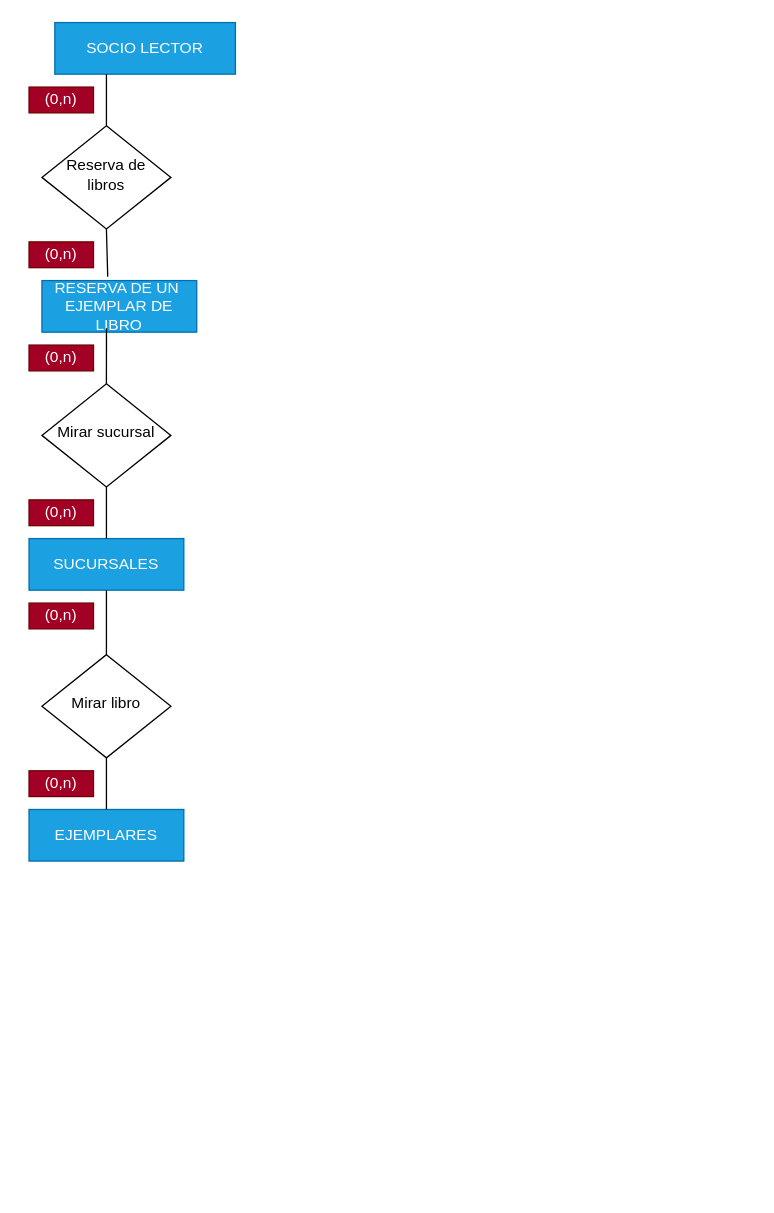
Before: Ejercicio06.drawio in alfredosicre/BaseDatos, a draw.io diagram. Source tidied: cells renumbered, new cells numbered last; positions are measured from the earlier drawing's top-left corner, leaving out a move shared by most shapes. Both pictures are drawn from the tidied source at 129%, with x=0, y=0 at pixel (28, 22).
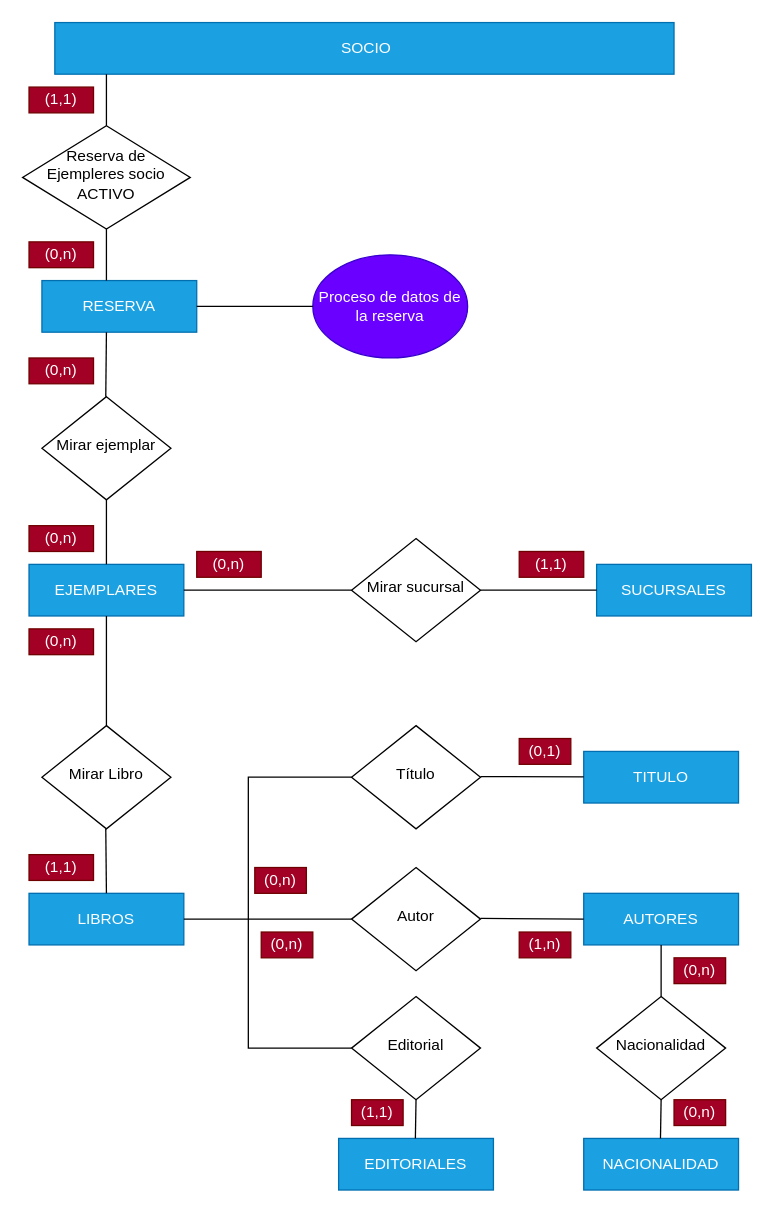
Above is the later version.

The edit, as a diff of the source:
```diff
@@
     <mxCell id="2" value="EJEMPLARES" style="rounded=0;whiteSpace=wrap;html=1;fontSize=12;glass=0;strokeWidth=1;shadow=0;fillColor=#1ba1e2;fontColor=#ffffff;strokeColor=#006EAF;" parent="1" vertex="1">
-      <mxGeometry y="610" width="120" height="40" as="geometry" />
+      <mxGeometry y="420" width="120" height="40" as="geometry" />
     </mxCell>
-    <mxCell id="3" value="Reserva de libros" style="rhombus;whiteSpace=wrap;html=1;shadow=0;fontFamily=Helvetica;fontSize=12;align=center;strokeWidth=1;spacing=6;spacingTop=-4;" parent="1" vertex="1">
-      <mxGeometry x="10" y="80" width="100" height="80" as="geometry" />
+    <mxCell id="3" value="Reserva de Ejempleres socio ACTIVO" style="rhombus;whiteSpace=wrap;html=1;shadow=0;fontFamily=Helvetica;fontSize=12;align=center;strokeWidth=1;spacing=6;spacingTop=-4;" parent="1" vertex="1">
+      <mxGeometry x="-5" y="80" width="130" height="80" as="geometry" />
     </mxCell>
     <mxCell id="4" value="SUCURSALES" style="rounded=0;whiteSpace=wrap;html=1;fontSize=12;glass=0;strokeWidth=1;shadow=0;fillColor=#1ba1e2;fontColor=#ffffff;strokeColor=#006EAF;" parent="1" vertex="1">
-      <mxGeometry y="400" width="120" height="40" as="geometry" />
+      <mxGeometry x="440" y="420" width="120" height="40" as="geometry" />
     </mxCell>
-    <mxCell id="5" value="SOCIO LECTOR" style="rounded=0;whiteSpace=wrap;html=1;fontSize=12;glass=0;strokeWidth=1;shadow=0;fillColor=#1ba1e2;fontColor=#ffffff;strokeColor=#006EAF;" parent="1" vertex="1">
-      <mxGeometry x="20" width="140" height="40" as="geometry" />
+    <mxCell id="5" value="&amp;nbsp;SOCIO" style="rounded=0;whiteSpace=wrap;html=1;fontSize=12;glass=0;strokeWidth=1;shadow=0;fillColor=#1ba1e2;fontColor=#ffffff;strokeColor=#006EAF;" parent="1" vertex="1">
+      <mxGeometry x="20" width="480" height="40" as="geometry" />
     </mxCell>
-    <mxCell id="6" value="RESERVA DE UN&amp;nbsp; EJEMPLAR DE LIBRO" style="rounded=0;whiteSpace=wrap;html=1;fontSize=12;glass=0;strokeWidth=1;shadow=0;fillColor=#1ba1e2;fontColor=#ffffff;strokeColor=#006EAF;" parent="1" vertex="1">
+    <mxCell id="6" value="RESERVA" style="rounded=0;whiteSpace=wrap;html=1;fontSize=12;glass=0;strokeWidth=1;shadow=0;fillColor=#1ba1e2;fontColor=#ffffff;strokeColor=#006EAF;" parent="1" vertex="1">
       <mxGeometry x="10" y="200" width="120" height="40" as="geometry" />
     </mxCell>
@@
-    <mxCell id="8" style="endArrow=none;html=1;rounded=0;exitX=0.425;exitY=-0.075;exitDx=0;exitDy=0;exitPerimeter=0;" parent="1" edge="1" source="6">
+    <mxCell id="8" style="endArrow=none;html=1;rounded=0;" parent="1" edge="1">
       <mxGeometry relative="1" as="geometry">
+        <mxPoint x="60" y="200" as="sourcePoint" />
         <mxPoint x="60" y="160" as="targetPoint" />
       </mxGeometry>
     </mxCell>
-    <mxCell id="9" value="(0,n)" style="rounded=0;whiteSpace=wrap;html=1;fillColor=#a20025;fontColor=#ffffff;strokeColor=#6F0000;" parent="1" vertex="1">
+    <mxCell id="9" value="(1,1)" style="rounded=0;whiteSpace=wrap;html=1;fillColor=#a20025;fontColor=#ffffff;strokeColor=#6F0000;" parent="1" vertex="1">
       <mxGeometry y="50" width="50" height="20" as="geometry" />
     </mxCell>
@@
     <mxCell id="11" value="Mirar sucursal" style="rhombus;whiteSpace=wrap;html=1;shadow=0;fontFamily=Helvetica;fontSize=12;align=center;strokeWidth=1;spacing=6;spacingTop=-4;" parent="1" vertex="1">
-      <mxGeometry x="10" y="280" width="100" height="80" as="geometry" />
+      <mxGeometry x="250" y="400" width="100" height="80" as="geometry" />
     </mxCell>
-    <mxCell id="12" style="endArrow=none;html=1;rounded=0;exitX=0.5;exitY=0;exitDx=0;exitDy=0;entryX=0.417;entryY=0.925;entryDx=0;entryDy=0;entryPerimeter=0;" parent="1" edge="1" source="11" target="6">
-      <mxGeometry relative="1" as="geometry" />
-    </mxCell>
-    <mxCell id="13" style="endArrow=none;html=1;rounded=0;exitX=0.5;exitY=0;exitDx=0;exitDy=0;entryX=0.5;entryY=1;entryDx=0;entryDy=0;" parent="1" edge="1" source="4" target="11">
+    <mxCell id="13" style="endArrow=none;html=1;rounded=0;exitX=0;exitY=0.5;exitDx=0;exitDy=0;entryX=1;entryY=0.5;entryDx=0;entryDy=0;" parent="1" edge="1" source="4" target="11">
       <mxGeometry relative="1" as="geometry" />
     </mxCell>
-    <mxCell id="14" value="Mirar libro" style="rhombus;whiteSpace=wrap;html=1;shadow=0;fontFamily=Helvetica;fontSize=12;align=center;strokeWidth=1;spacing=6;spacingTop=-4;" parent="1" vertex="1">
-      <mxGeometry x="10" y="490" width="100" height="80" as="geometry" />
+    <mxCell id="14" value="Mirar ejemplar" style="rhombus;whiteSpace=wrap;html=1;shadow=0;fontFamily=Helvetica;fontSize=12;align=center;strokeWidth=1;spacing=6;spacingTop=-4;" parent="1" vertex="1">
+      <mxGeometry x="10" y="290" width="100" height="80" as="geometry" />
     </mxCell>
-    <mxCell id="15" style="endArrow=none;html=1;rounded=0;exitX=0.5;exitY=0;exitDx=0;exitDy=0;entryX=0.5;entryY=1;entryDx=0;entryDy=0;" parent="1" edge="1" source="2" target="14">
+    <mxCell id="15" style="endArrow=none;html=1;rounded=0;entryX=0.5;entryY=1;entryDx=0;entryDy=0;" parent="1" edge="1" source="2" target="14">
       <mxGeometry relative="1" as="geometry" />
     </mxCell>
     <mxCell id="16" value="(0,n)" style="rounded=0;whiteSpace=wrap;html=1;fillColor=#a20025;fontColor=#ffffff;strokeColor=#6F0000;" parent="1" vertex="1">
-      <mxGeometry y="250" width="50" height="20" as="geometry" />
+      <mxGeometry y="470" width="50" height="20" as="geometry" />
     </mxCell>
-    <mxCell id="17" value="(0,n)" style="rounded=0;whiteSpace=wrap;html=1;fillColor=#a20025;fontColor=#ffffff;strokeColor=#6F0000;" parent="1" vertex="1">
-      <mxGeometry y="370" width="50" height="20" as="geometry" />
+    <mxCell id="17" value="(1,1)" style="rounded=0;whiteSpace=wrap;html=1;fillColor=#a20025;fontColor=#ffffff;strokeColor=#6F0000;" parent="1" vertex="1">
+      <mxGeometry x="380" y="410" width="50" height="20" as="geometry" />
     </mxCell>
-    <mxCell id="18" style="endArrow=none;html=1;rounded=0;exitX=0.5;exitY=0;exitDx=0;exitDy=0;entryX=0.5;entryY=1;entryDx=0;entryDy=0;" parent="1" edge="1" source="14" target="4">
-      <mxGeometry relative="1" as="geometry" />
-    </mxCell>
     <mxCell id="19" value="(0,n)" style="rounded=0;whiteSpace=wrap;html=1;fillColor=#a20025;fontColor=#ffffff;strokeColor=#6F0000;" parent="1" vertex="1">
-      <mxGeometry y="450" width="50" height="20" as="geometry" />
+      <mxGeometry y="260" width="50" height="20" as="geometry" />
     </mxCell>
     <mxCell id="20" value="(0,n)" style="rounded=0;whiteSpace=wrap;html=1;fillColor=#a20025;fontColor=#ffffff;strokeColor=#6F0000;" parent="1" vertex="1">
-      <mxGeometry y="580" width="50" height="20" as="geometry" />
+      <mxGeometry y="390" width="50" height="20" as="geometry" />
     </mxCell>
+    <mxCell id="21" value="Mirar Libro" style="rhombus;whiteSpace=wrap;html=1;shadow=0;fontFamily=Helvetica;fontSize=12;align=center;strokeWidth=1;spacing=6;spacingTop=-4;" parent="1" vertex="1">
+      <mxGeometry x="10" y="545" width="100" height="80" as="geometry" />
+    </mxCell>
+    <mxCell id="22" style="endArrow=none;html=1;rounded=0;exitX=0.5;exitY=0;exitDx=0;exitDy=0;" parent="1" edge="1">
+      <mxGeometry relative="1" as="geometry">
+        <mxPoint x="59.5" y="290" as="sourcePoint" />
+        <mxPoint x="60" y="240" as="targetPoint" />
+      </mxGeometry>
+    </mxCell>
+    <mxCell id="23" value="LIBROS" style="rounded=0;whiteSpace=wrap;html=1;fontSize=12;glass=0;strokeWidth=1;shadow=0;fillColor=#1ba1e2;fontColor=#ffffff;strokeColor=#006EAF;" parent="1" vertex="1">
+      <mxGeometry y="675" width="120" height="40" as="geometry" />
+    </mxCell>
+    <mxCell id="24" style="endArrow=none;html=1;rounded=0;entryX=0.5;entryY=1;entryDx=0;entryDy=0;" parent="1" edge="1">
+      <mxGeometry relative="1" as="geometry">
+        <mxPoint x="60" y="675" as="sourcePoint" />
+        <mxPoint x="59.5" y="625" as="targetPoint" />
+      </mxGeometry>
+    </mxCell>
+    <mxCell id="25" value="(1,1)" style="rounded=0;whiteSpace=wrap;html=1;fillColor=#a20025;fontColor=#ffffff;strokeColor=#6F0000;" parent="1" vertex="1">
+      <mxGeometry y="645" width="50" height="20" as="geometry" />
+    </mxCell>
+    <mxCell id="26" value="(0,n)" style="rounded=0;whiteSpace=wrap;html=1;fillColor=#a20025;fontColor=#ffffff;strokeColor=#6F0000;" parent="1" vertex="1">
+      <mxGeometry x="130" y="410" width="50" height="20" as="geometry" />
+    </mxCell>
+    <mxCell id="27" value="Título" style="rhombus;whiteSpace=wrap;html=1;shadow=0;fontFamily=Helvetica;fontSize=12;align=center;strokeWidth=1;spacing=6;spacingTop=-4;" parent="1" vertex="1">
+      <mxGeometry x="250" y="545" width="100" height="80" as="geometry" />
+    </mxCell>
+    <mxCell id="28" value="Autor" style="rhombus;whiteSpace=wrap;html=1;shadow=0;fontFamily=Helvetica;fontSize=12;align=center;strokeWidth=1;spacing=6;spacingTop=-4;" parent="1" vertex="1">
+      <mxGeometry x="250" y="655" width="100" height="80" as="geometry" />
+    </mxCell>
+    <mxCell id="29" value="Nacionalidad" style="rhombus;whiteSpace=wrap;html=1;shadow=0;fontFamily=Helvetica;fontSize=12;align=center;strokeWidth=1;spacing=6;spacingTop=-4;" parent="1" vertex="1">
+      <mxGeometry x="440" y="755" width="100" height="80" as="geometry" />
+    </mxCell>
+    <mxCell id="30" value="Editorial" style="rhombus;whiteSpace=wrap;html=1;shadow=0;fontFamily=Helvetica;fontSize=12;align=center;strokeWidth=1;spacing=6;spacingTop=-4;" parent="1" vertex="1">
+      <mxGeometry x="250" y="755" width="100" height="80" as="geometry" />
+    </mxCell>
+    <mxCell id="31" style="endArrow=none;html=1;rounded=0;exitX=0;exitY=0.5;exitDx=0;exitDy=0;entryX=1;entryY=0.5;entryDx=0;entryDy=0;" parent="1" edge="1" source="28">
+      <mxGeometry relative="1" as="geometry">
+        <mxPoint x="170" y="695" as="targetPoint" />
+      </mxGeometry>
+    </mxCell>
+    <mxCell id="32" value="(0,n)" style="rounded=0;whiteSpace=wrap;html=1;fillColor=#a20025;fontColor=#ffffff;strokeColor=#6F0000;" parent="1" vertex="1">
+      <mxGeometry x="180" y="705" width="40" height="20" as="geometry" />
+    </mxCell>
+    <mxCell id="33" value="(1,n)" style="rounded=0;whiteSpace=wrap;html=1;fillColor=#a20025;fontColor=#ffffff;strokeColor=#6F0000;" parent="1" vertex="1">
+      <mxGeometry x="380" y="705" width="40" height="20" as="geometry" />
+    </mxCell>
+    <mxCell id="34" value="AUTORES" style="rounded=0;whiteSpace=wrap;html=1;fontSize=12;glass=0;strokeWidth=1;shadow=0;fillColor=#1ba1e2;fontColor=#ffffff;strokeColor=#006EAF;" parent="1" vertex="1">
+      <mxGeometry x="430" y="675" width="120" height="40" as="geometry" />
+    </mxCell>
+    <mxCell id="35" style="endArrow=none;html=1;rounded=0;entryX=1;entryY=0.5;entryDx=0;entryDy=0;exitX=0;exitY=0.5;exitDx=0;exitDy=0;" parent="1" edge="1" source="34">
+      <mxGeometry relative="1" as="geometry">
+        <mxPoint x="350" y="694.5" as="targetPoint" />
+      </mxGeometry>
+    </mxCell>
+    <mxCell id="36" style="endArrow=none;html=1;rounded=0;exitX=0.5;exitY=0;exitDx=0;exitDy=0;entryX=0.5;entryY=1;entryDx=0;entryDy=0;" parent="1" edge="1" source="29" target="34">
+      <mxGeometry relative="1" as="geometry" />
+    </mxCell>
+    <mxCell id="37" value="NACIONALIDAD" style="rounded=0;whiteSpace=wrap;html=1;fontSize=12;glass=0;strokeWidth=1;shadow=0;fillColor=#1ba1e2;fontColor=#ffffff;strokeColor=#006EAF;" parent="1" vertex="1">
+      <mxGeometry x="430" y="865" width="120" height="40" as="geometry" />
+    </mxCell>
+    <mxCell id="38" style="endArrow=none;html=1;rounded=0;exitX=0.5;exitY=0;exitDx=0;exitDy=0;" parent="1" edge="1">
+      <mxGeometry relative="1" as="geometry">
+        <mxPoint x="489.5" y="865" as="sourcePoint" />
+        <mxPoint x="490" y="835" as="targetPoint" />
+      </mxGeometry>
+    </mxCell>
+    <mxCell id="39" style="endArrow=none;html=1;rounded=0;exitX=1;exitY=0.5;exitDx=0;exitDy=0;entryX=0;entryY=0.5;entryDx=0;entryDy=0;" parent="1" edge="1" target="30">
+      <mxGeometry relative="1" as="geometry">
+        <mxPoint x="170" y="695" as="sourcePoint" />
+        <Array as="points">
+          <mxPoint x="170" y="795" />
+        </Array>
+      </mxGeometry>
+    </mxCell>
+    <mxCell id="40" value="EDITORIALES" style="rounded=0;whiteSpace=wrap;html=1;fontSize=12;glass=0;strokeWidth=1;shadow=0;fillColor=#1ba1e2;fontColor=#ffffff;strokeColor=#006EAF;" parent="1" vertex="1">
+      <mxGeometry x="240" y="865" width="120" height="40" as="geometry" />
+    </mxCell>
+    <mxCell id="41" style="endArrow=none;html=1;rounded=0;exitX=0.5;exitY=0;exitDx=0;exitDy=0;" parent="1" edge="1">
+      <mxGeometry relative="1" as="geometry">
+        <mxPoint x="299.5" y="865" as="sourcePoint" />
+        <mxPoint x="300" y="835" as="targetPoint" />
+      </mxGeometry>
+    </mxCell>
+    <mxCell id="42" style="endArrow=none;html=1;rounded=0;exitX=1;exitY=0.5;exitDx=0;exitDy=0;entryX=0;entryY=0.5;entryDx=0;entryDy=0;" parent="1" edge="1" target="27">
+      <mxGeometry relative="1" as="geometry">
+        <mxPoint x="170" y="695" as="sourcePoint" />
+        <Array as="points">
+          <mxPoint x="170" y="585" />
+        </Array>
+      </mxGeometry>
+    </mxCell>
+    <mxCell id="43" value="TITULO" style="rounded=0;whiteSpace=wrap;html=1;fontSize=12;glass=0;strokeWidth=1;shadow=0;fillColor=#1ba1e2;fontColor=#ffffff;strokeColor=#006EAF;" parent="1" vertex="1">
+      <mxGeometry x="430" y="565" width="120" height="40" as="geometry" />
+    </mxCell>
+    <mxCell id="44" style="endArrow=none;html=1;rounded=0;entryX=1;entryY=0.5;entryDx=0;entryDy=0;" parent="1" edge="1" source="43">
+      <mxGeometry relative="1" as="geometry">
+        <mxPoint x="350" y="584.5" as="targetPoint" />
+      </mxGeometry>
+    </mxCell>
+    <mxCell id="45" value="(0,n)" style="rounded=0;whiteSpace=wrap;html=1;fillColor=#a20025;fontColor=#ffffff;strokeColor=#6F0000;" parent="1" vertex="1">
+      <mxGeometry x="500" y="725" width="40" height="20" as="geometry" />
+    </mxCell>
+    <mxCell id="46" value="(0,n)" style="rounded=0;whiteSpace=wrap;html=1;fillColor=#a20025;fontColor=#ffffff;strokeColor=#6F0000;" parent="1" vertex="1">
+      <mxGeometry x="500" y="835" width="40" height="20" as="geometry" />
+    </mxCell>
+    <mxCell id="47" value="(0,1)" style="rounded=0;whiteSpace=wrap;html=1;fillColor=#a20025;fontColor=#ffffff;strokeColor=#6F0000;" parent="1" vertex="1">
+      <mxGeometry x="380" y="555" width="40" height="20" as="geometry" />
+    </mxCell>
+    <mxCell id="48" value="(0,n)" style="rounded=0;whiteSpace=wrap;html=1;fillColor=#a20025;fontColor=#ffffff;strokeColor=#6F0000;" parent="1" vertex="1">
+      <mxGeometry x="175" y="655" width="40" height="20" as="geometry" />
+    </mxCell>
+    <mxCell id="49" value="(1,1)" style="rounded=0;whiteSpace=wrap;html=1;fillColor=#a20025;fontColor=#ffffff;strokeColor=#6F0000;" parent="1" vertex="1">
+      <mxGeometry x="250" y="835" width="40" height="20" as="geometry" />
+    </mxCell>
+    <mxCell id="50" value="Proceso de datos de la reserva" style="ellipse;whiteSpace=wrap;html=1;fillColor=#6a00ff;fontColor=#ffffff;strokeColor=#3700CC;" parent="1" vertex="1">
+      <mxGeometry x="220" y="180" width="120" height="80" as="geometry" />
+    </mxCell>
+    <mxCell id="51" style="endArrow=none;html=1;rounded=0;entryX=0;entryY=0.5;entryDx=0;entryDy=0;exitX=1;exitY=0.5;exitDx=0;exitDy=0;" parent="1" edge="1" source="6" target="50">
+      <mxGeometry relative="1" as="geometry" />
+    </mxCell>
+    <mxCell id="52" style="endArrow=none;html=1;rounded=0;exitX=0.5;exitY=0;exitDx=0;exitDy=0;" parent="1" edge="1" source="21">
+      <mxGeometry relative="1" as="geometry">
+        <mxPoint x="60" y="460" as="targetPoint" />
+      </mxGeometry>
+    </mxCell>
+    <mxCell id="53" style="endArrow=none;html=1;rounded=0;entryX=0;entryY=0.5;entryDx=0;entryDy=0;exitX=1;exitY=0.5;exitDx=0;exitDy=0;" parent="1" edge="1" source="2" target="11">
+      <mxGeometry relative="1" as="geometry" />
+    </mxCell>
+    <mxCell id="54" style="endArrow=none;html=1;rounded=0;exitX=1;exitY=0.5;exitDx=0;exitDy=0;" parent="1" edge="1" source="23">
+      <mxGeometry relative="1" as="geometry">
+        <mxPoint x="170" y="695" as="targetPoint" />
+      </mxGeometry>
+    </mxCell>
```
